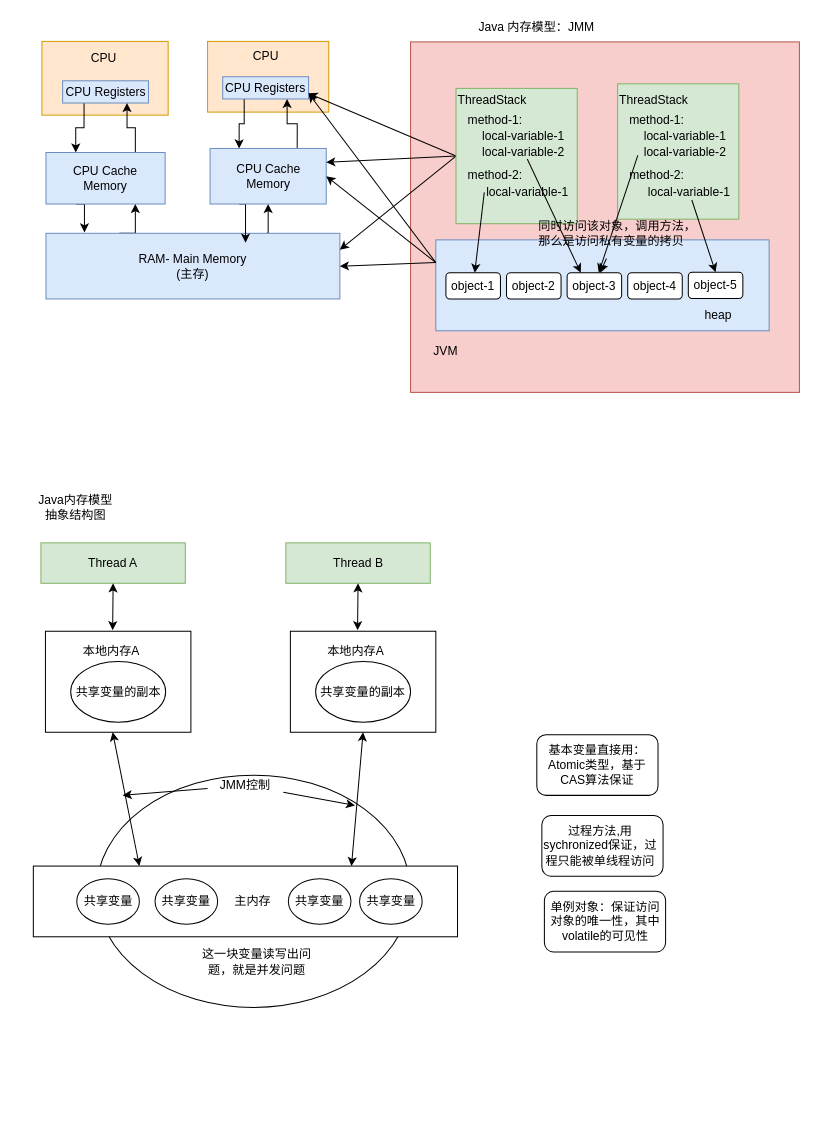
Before: page "CPU和缓存" (1 of 2) of Note4hread.drawio in lzdong0714/note, a draw.io diagram. Source tidied: cells renumbered, new cells numbered last; positions are measured from the earlier drawing's top-left corner, leaving out a move shared by most shapes. Both pictures are drawn from the tidied source at 101%, with x=0, y=0 at pixel (31, 17).
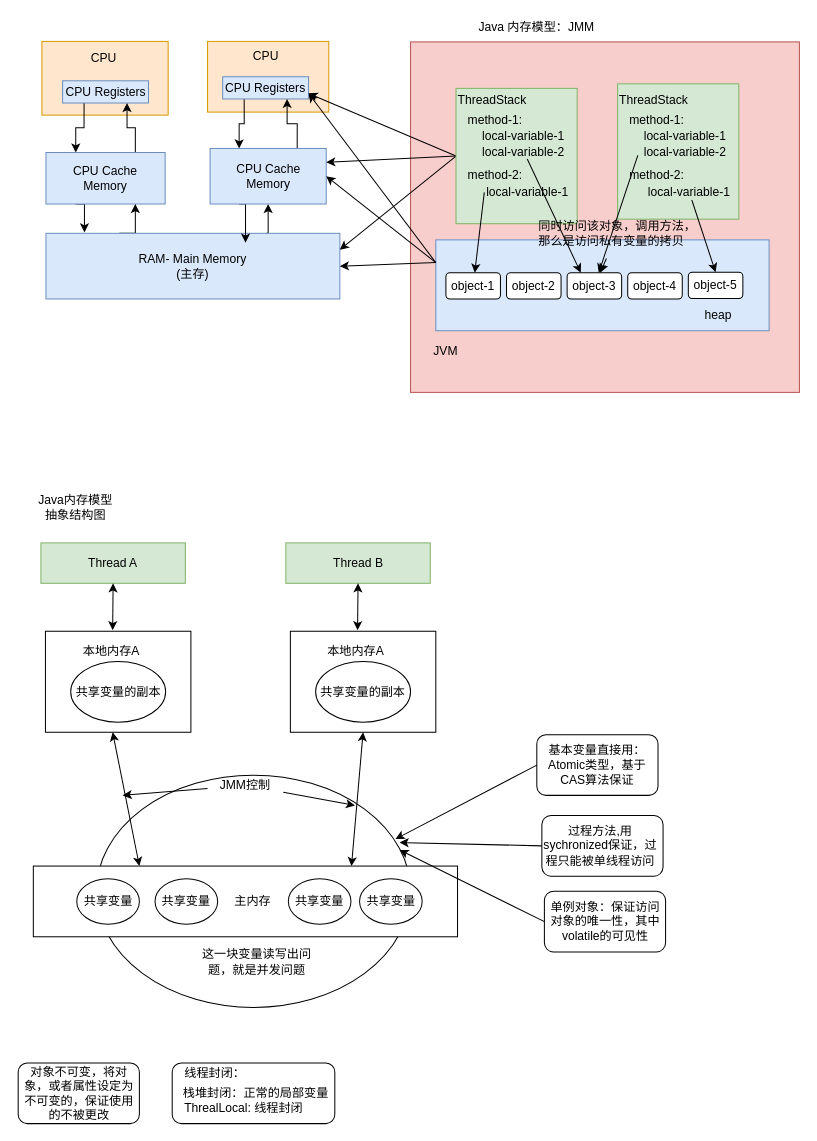
The same page after the edit.

Unchanged cells that the change refers to:
```xml
<mxCell id="2" style="ellipse;whiteSpace=wrap;html=1;" parent="1" vertex="1">
  <mxGeometry x="64" y="750" width="311" height="230" as="geometry" />
</mxCell>
<mxCell id="83" value="单例对象：保证访问对象的唯一性，其中volatile的可见性" style="rounded=1;whiteSpace=wrap;html=1;" parent="1" vertex="1">
  <mxGeometry x="507.5" y="865" width="120" height="60" as="geometry" />
</mxCell>
<mxCell id="85" style="rounded=1;whiteSpace=wrap;html=1;" parent="84" vertex="1">
  <mxGeometry width="120" height="60" as="geometry" />
</mxCell>
<mxCell id="89" value="过程方法,用sychronized保证，过程只能被单线程访问" style="text;html=1;strokeColor=none;fillColor=none;align=center;verticalAlign=middle;whiteSpace=wrap;rounded=0;" parent="87" vertex="1">
  <mxGeometry y="15" width="116" height="30" as="geometry" />
</mxCell>
```

Diff of the diagram source:
```diff
@@
+    <mxCell id="90" style="edgeStyle=none;rounded=0;jettySize=auto;html=1;exitX=0;exitY=0.5;exitDx=0;exitDy=0;entryX=0.965;entryY=0.322;entryDx=0;entryDy=0;entryPerimeter=0;" parent="1" edge="1" source="83" target="2">
+      <mxGeometry relative="1" as="geometry" />
+    </mxCell>
@@
+    <mxCell id="91" style="edgeStyle=none;rounded=0;jettySize=auto;html=1;exitX=0;exitY=0.5;exitDx=0;exitDy=0;entryX=0.952;entryY=0.275;entryDx=0;entryDy=0;entryPerimeter=0;" parent="1" edge="1" source="85" target="2">
+      <mxGeometry relative="1" as="geometry" />
+    </mxCell>
+    <mxCell id="92" style="edgeStyle=none;rounded=0;jettySize=auto;html=1;exitX=0;exitY=0.5;exitDx=0;exitDy=0;entryX=0.965;entryY=0.29;entryDx=0;entryDy=0;entryPerimeter=0;" parent="1" edge="1" source="89" target="2">
+      <mxGeometry relative="1" as="geometry" />
+    </mxCell>
+    <mxCell id="93" value="对象不可变，将对象，或者属性设定为不可变的，保证使用的不被更改" style="rounded=1;whiteSpace=wrap;html=1;" parent="1" vertex="1">
+      <mxGeometry x="-13.5" y="1035" width="120" height="60" as="geometry" />
+    </mxCell>
+    <mxCell id="94" style="rounded=1;whiteSpace=wrap;html=1;" parent="1" vertex="1">
+      <mxGeometry x="139" y="1035" width="161" height="60" as="geometry" />
+    </mxCell>
+    <mxCell id="95" value="线程封闭：" style="text;html=1;strokeColor=none;fillColor=none;align=center;verticalAlign=middle;whiteSpace=wrap;rounded=0;" parent="1" vertex="1">
+      <mxGeometry x="148" y="1040" width="67" height="10" as="geometry" />
+    </mxCell>
+    <mxCell id="96" value="栈堆封闭：正常的局部变量" style="text;html=1;strokeColor=none;fillColor=none;align=center;verticalAlign=middle;whiteSpace=wrap;rounded=0;" parent="1" vertex="1">
+      <mxGeometry x="149" y="1055" width="146" height="20" as="geometry" />
+    </mxCell>
+    <mxCell id="97" value="ThrealLocal: 线程封闭" style="text;html=1;strokeColor=none;fillColor=none;align=center;verticalAlign=middle;whiteSpace=wrap;rounded=0;" parent="1" vertex="1">
+      <mxGeometry x="144.5" y="1075" width="130" height="10" as="geometry" />
+    </mxCell>
```
